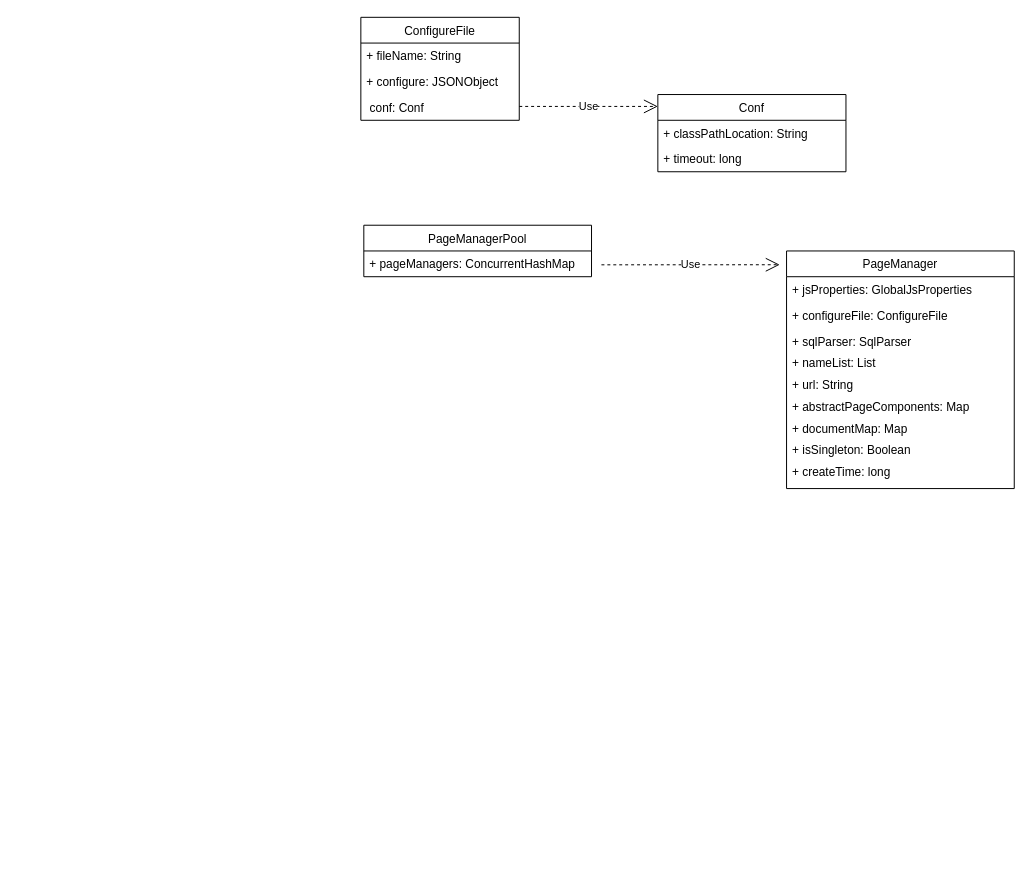
liuwei563142075/liuwei563142075.github.io keeps this draw.io diagram as 未命名绘图.drawio. Above is the earlier version. Source tidied: cells renumbered, new cells numbered last; positions are measured from the earlier drawing's top-left corner, leaving out a move shared by most shapes. Both pictures are drawn from the tidied source at 99%, with x=0, y=0 at pixel (360, 17).
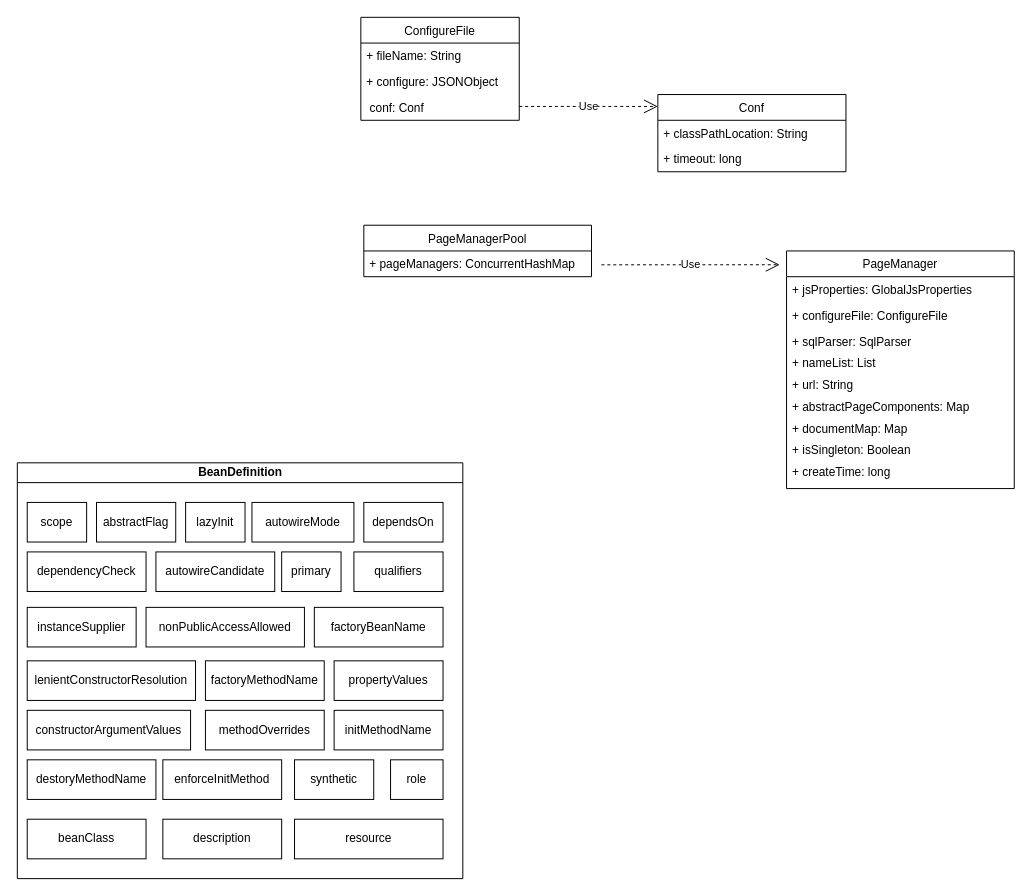
After the change.

Commit message:
更新未命名绘图.drawio

The edit, as a diff of the source:
```diff
@@
+    <mxCell id="23" value="BeanDefinition" style="swimlane;html=1;startSize=20;horizontal=1;containerType=tree;" parent="1" vertex="1">
+      <mxGeometry x="-347" y="450" width="450" height="420" as="geometry" />
+    </mxCell>
+    <mxCell id="24" value="lenientConstructorResolution" style="whiteSpace=wrap;html=1;newEdgeStyle={&quot;edgeStyle&quot;:&quot;elbowEdgeStyle&quot;,&quot;startArrow&quot;:&quot;none&quot;,&quot;endArrow&quot;:&quot;none&quot;};" parent="23" vertex="1">
+      <mxGeometry x="10" y="200" width="170" height="40" as="geometry" />
+    </mxCell>
+    <mxCell id="25" value="lazyInit" style="whiteSpace=wrap;html=1;newEdgeStyle={&quot;edgeStyle&quot;:&quot;elbowEdgeStyle&quot;,&quot;startArrow&quot;:&quot;none&quot;,&quot;endArrow&quot;:&quot;none&quot;};" parent="23" vertex="1">
+      <mxGeometry x="170" y="40" width="60" height="40" as="geometry" />
+    </mxCell>
+    <mxCell id="26" value="autowireMode" style="whiteSpace=wrap;html=1;newEdgeStyle={&quot;edgeStyle&quot;:&quot;elbowEdgeStyle&quot;,&quot;startArrow&quot;:&quot;none&quot;,&quot;endArrow&quot;:&quot;none&quot;};" parent="23" vertex="1">
+      <mxGeometry x="237" y="40" width="103" height="40" as="geometry" />
+    </mxCell>
+    <mxCell id="27" value="dependsOn" style="whiteSpace=wrap;html=1;newEdgeStyle={&quot;edgeStyle&quot;:&quot;elbowEdgeStyle&quot;,&quot;startArrow&quot;:&quot;none&quot;,&quot;endArrow&quot;:&quot;none&quot;};" parent="23" vertex="1">
+      <mxGeometry x="350" y="40" width="80" height="40" as="geometry" />
+    </mxCell>
+    <mxCell id="28" value="primary" style="whiteSpace=wrap;html=1;newEdgeStyle={&quot;edgeStyle&quot;:&quot;elbowEdgeStyle&quot;,&quot;startArrow&quot;:&quot;none&quot;,&quot;endArrow&quot;:&quot;none&quot;};" parent="23" vertex="1">
+      <mxGeometry x="267" y="90" width="60" height="40" as="geometry" />
+    </mxCell>
+    <mxCell id="29" value="instanceSupplier" style="whiteSpace=wrap;html=1;newEdgeStyle={&quot;edgeStyle&quot;:&quot;elbowEdgeStyle&quot;,&quot;startArrow&quot;:&quot;none&quot;,&quot;endArrow&quot;:&quot;none&quot;};" parent="23" vertex="1">
+      <mxGeometry x="10" y="146" width="110" height="40" as="geometry" />
+    </mxCell>
+    <mxCell id="30" value="abstractFlag" style="whiteSpace=wrap;html=1;newEdgeStyle={&quot;edgeStyle&quot;:&quot;elbowEdgeStyle&quot;,&quot;startArrow&quot;:&quot;none&quot;,&quot;endArrow&quot;:&quot;none&quot;};" parent="23" vertex="1">
+      <mxGeometry x="80" y="40" width="80" height="40" as="geometry" />
+    </mxCell>
+    <mxCell id="31" value="factoryBeanName" style="whiteSpace=wrap;html=1;newEdgeStyle={&quot;edgeStyle&quot;:&quot;elbowEdgeStyle&quot;,&quot;startArrow&quot;:&quot;none&quot;,&quot;endArrow&quot;:&quot;none&quot;};" parent="23" vertex="1">
+      <mxGeometry x="300" y="146" width="130" height="40" as="geometry" />
+    </mxCell>
+    <mxCell id="32" value="nonPublicAccessAllowed" style="whiteSpace=wrap;html=1;newEdgeStyle={&quot;edgeStyle&quot;:&quot;elbowEdgeStyle&quot;,&quot;startArrow&quot;:&quot;none&quot;,&quot;endArrow&quot;:&quot;none&quot;};" parent="23" vertex="1">
+      <mxGeometry x="130" y="146" width="160" height="40" as="geometry" />
+    </mxCell>
+    <mxCell id="33" value="qualifiers" style="whiteSpace=wrap;html=1;newEdgeStyle={&quot;edgeStyle&quot;:&quot;elbowEdgeStyle&quot;,&quot;startArrow&quot;:&quot;none&quot;,&quot;endArrow&quot;:&quot;none&quot;};" parent="23" vertex="1">
+      <mxGeometry x="340" y="90" width="90" height="40" as="geometry" />
+    </mxCell>
+    <mxCell id="34" value="autowireCandidate" style="whiteSpace=wrap;html=1;newEdgeStyle={&quot;edgeStyle&quot;:&quot;elbowEdgeStyle&quot;,&quot;startArrow&quot;:&quot;none&quot;,&quot;endArrow&quot;:&quot;none&quot;};" parent="23" vertex="1">
+      <mxGeometry x="140" y="90" width="120" height="40" as="geometry" />
+    </mxCell>
+    <mxCell id="35" value="dependencyCheck" style="whiteSpace=wrap;html=1;newEdgeStyle={&quot;edgeStyle&quot;:&quot;elbowEdgeStyle&quot;,&quot;startArrow&quot;:&quot;none&quot;,&quot;endArrow&quot;:&quot;none&quot;};" parent="23" vertex="1">
+      <mxGeometry x="10" y="90" width="120" height="40" as="geometry" />
+    </mxCell>
+    <mxCell id="36" value="scope" style="whiteSpace=wrap;html=1;newEdgeStyle={&quot;edgeStyle&quot;:&quot;elbowEdgeStyle&quot;,&quot;startArrow&quot;:&quot;none&quot;,&quot;endArrow&quot;:&quot;none&quot;};" parent="23" vertex="1">
+      <mxGeometry x="10" y="40" width="60" height="40" as="geometry" />
+    </mxCell>
+    <mxCell id="37" value="beanClass" style="whiteSpace=wrap;html=1;newEdgeStyle={&quot;edgeStyle&quot;:&quot;elbowEdgeStyle&quot;,&quot;startArrow&quot;:&quot;none&quot;,&quot;endArrow&quot;:&quot;none&quot;};" parent="23" vertex="1">
+      <mxGeometry x="10" y="360" width="120" height="40" as="geometry" />
+    </mxCell>
+    <mxCell id="38" value="factoryMethodName" style="whiteSpace=wrap;html=1;newEdgeStyle={&quot;edgeStyle&quot;:&quot;elbowEdgeStyle&quot;,&quot;startArrow&quot;:&quot;none&quot;,&quot;endArrow&quot;:&quot;none&quot;};" parent="23" vertex="1">
+      <mxGeometry x="190" y="200" width="120" height="40" as="geometry" />
+    </mxCell>
+    <mxCell id="39" value="constructorArgumentValues" style="whiteSpace=wrap;html=1;newEdgeStyle={&quot;edgeStyle&quot;:&quot;elbowEdgeStyle&quot;,&quot;startArrow&quot;:&quot;none&quot;,&quot;endArrow&quot;:&quot;none&quot;};" parent="23" vertex="1">
+      <mxGeometry x="10" y="250" width="165" height="40" as="geometry" />
+    </mxCell>
+    <mxCell id="40" value="propertyValues" style="whiteSpace=wrap;html=1;newEdgeStyle={&quot;edgeStyle&quot;:&quot;elbowEdgeStyle&quot;,&quot;startArrow&quot;:&quot;none&quot;,&quot;endArrow&quot;:&quot;none&quot;};" parent="23" vertex="1">
+      <mxGeometry x="320" y="200" width="110" height="40" as="geometry" />
+    </mxCell>
+    <mxCell id="41" value="methodOverrides" style="whiteSpace=wrap;html=1;newEdgeStyle={&quot;edgeStyle&quot;:&quot;elbowEdgeStyle&quot;,&quot;startArrow&quot;:&quot;none&quot;,&quot;endArrow&quot;:&quot;none&quot;};" parent="23" vertex="1">
+      <mxGeometry x="190" y="250" width="120" height="40" as="geometry" />
+    </mxCell>
+    <mxCell id="42" value="initMethodName" style="whiteSpace=wrap;html=1;newEdgeStyle={&quot;edgeStyle&quot;:&quot;elbowEdgeStyle&quot;,&quot;startArrow&quot;:&quot;none&quot;,&quot;endArrow&quot;:&quot;none&quot;};" parent="23" vertex="1">
+      <mxGeometry x="320" y="250" width="110" height="40" as="geometry" />
+    </mxCell>
+    <mxCell id="43" value="destoryMethodName" style="whiteSpace=wrap;html=1;newEdgeStyle={&quot;edgeStyle&quot;:&quot;elbowEdgeStyle&quot;,&quot;startArrow&quot;:&quot;none&quot;,&quot;endArrow&quot;:&quot;none&quot;};" parent="23" vertex="1">
+      <mxGeometry x="10" y="300" width="130" height="40" as="geometry" />
+    </mxCell>
+    <mxCell id="44" value="enforceInitMethod" style="whiteSpace=wrap;html=1;newEdgeStyle={&quot;edgeStyle&quot;:&quot;elbowEdgeStyle&quot;,&quot;startArrow&quot;:&quot;none&quot;,&quot;endArrow&quot;:&quot;none&quot;};" parent="23" vertex="1">
+      <mxGeometry x="147" y="300" width="120" height="40" as="geometry" />
+    </mxCell>
+    <mxCell id="45" value="synthetic" style="whiteSpace=wrap;html=1;newEdgeStyle={&quot;edgeStyle&quot;:&quot;elbowEdgeStyle&quot;,&quot;startArrow&quot;:&quot;none&quot;,&quot;endArrow&quot;:&quot;none&quot;};" parent="23" vertex="1">
+      <mxGeometry x="280" y="300" width="80" height="40" as="geometry" />
+    </mxCell>
+    <mxCell id="46" value="role" style="whiteSpace=wrap;html=1;newEdgeStyle={&quot;edgeStyle&quot;:&quot;elbowEdgeStyle&quot;,&quot;startArrow&quot;:&quot;none&quot;,&quot;endArrow&quot;:&quot;none&quot;};" parent="23" vertex="1">
+      <mxGeometry x="377" y="300" width="53" height="40" as="geometry" />
+    </mxCell>
+    <mxCell id="47" value="description" style="whiteSpace=wrap;html=1;newEdgeStyle={&quot;edgeStyle&quot;:&quot;elbowEdgeStyle&quot;,&quot;startArrow&quot;:&quot;none&quot;,&quot;endArrow&quot;:&quot;none&quot;};" parent="23" vertex="1">
+      <mxGeometry x="147" y="360" width="120" height="40" as="geometry" />
+    </mxCell>
+    <mxCell id="48" value="resource" style="whiteSpace=wrap;html=1;newEdgeStyle={&quot;edgeStyle&quot;:&quot;elbowEdgeStyle&quot;,&quot;startArrow&quot;:&quot;none&quot;,&quot;endArrow&quot;:&quot;none&quot;};" parent="23" vertex="1">
+      <mxGeometry x="280" y="360" width="150" height="40" as="geometry" />
+    </mxCell>
```
